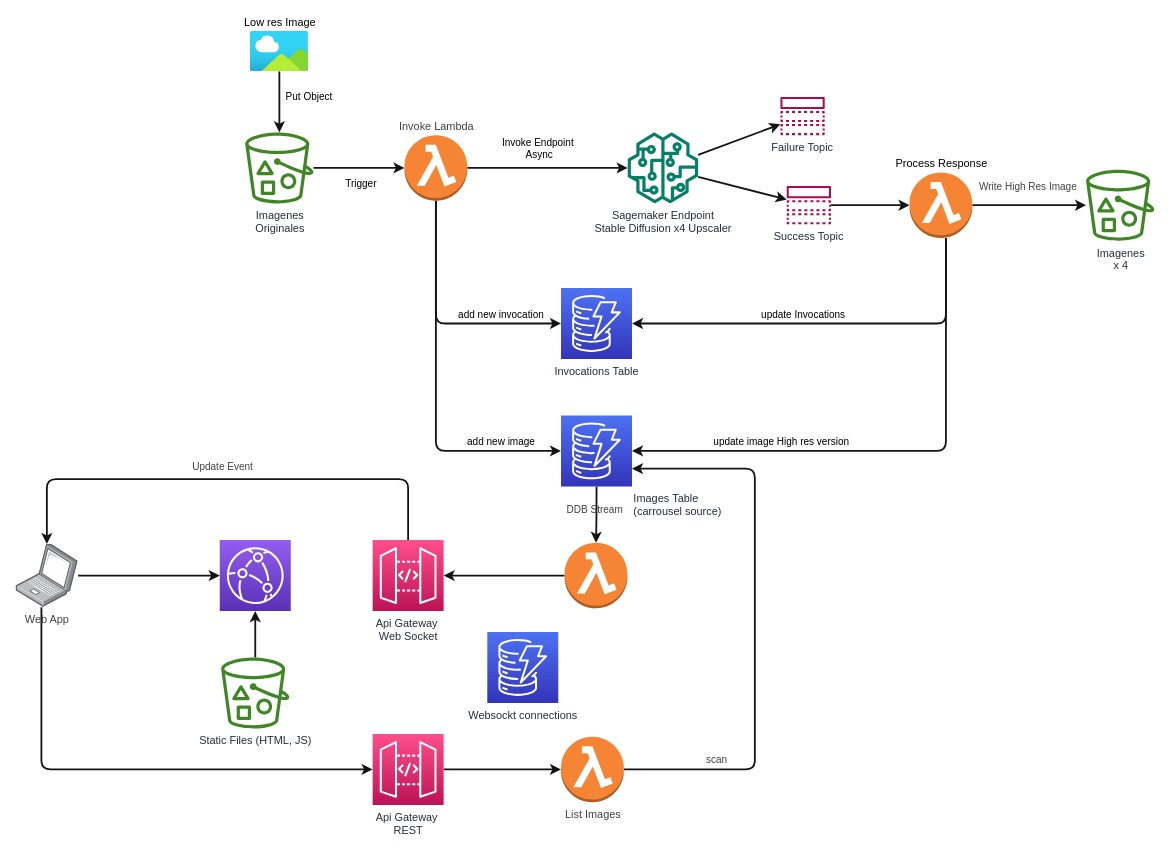
Before: diagrama.drawio in ensamblador/sagemaker-stable-difussionXL-demo, a draw.io diagram. Source tidied: cells renumbered, new cells numbered last; positions are measured from the earlier drawing's top-left corner, leaving out a move shared by most shapes. Both pictures are drawn from the tidied source at 91%, with x=0, y=0 at pixel (15, 31).
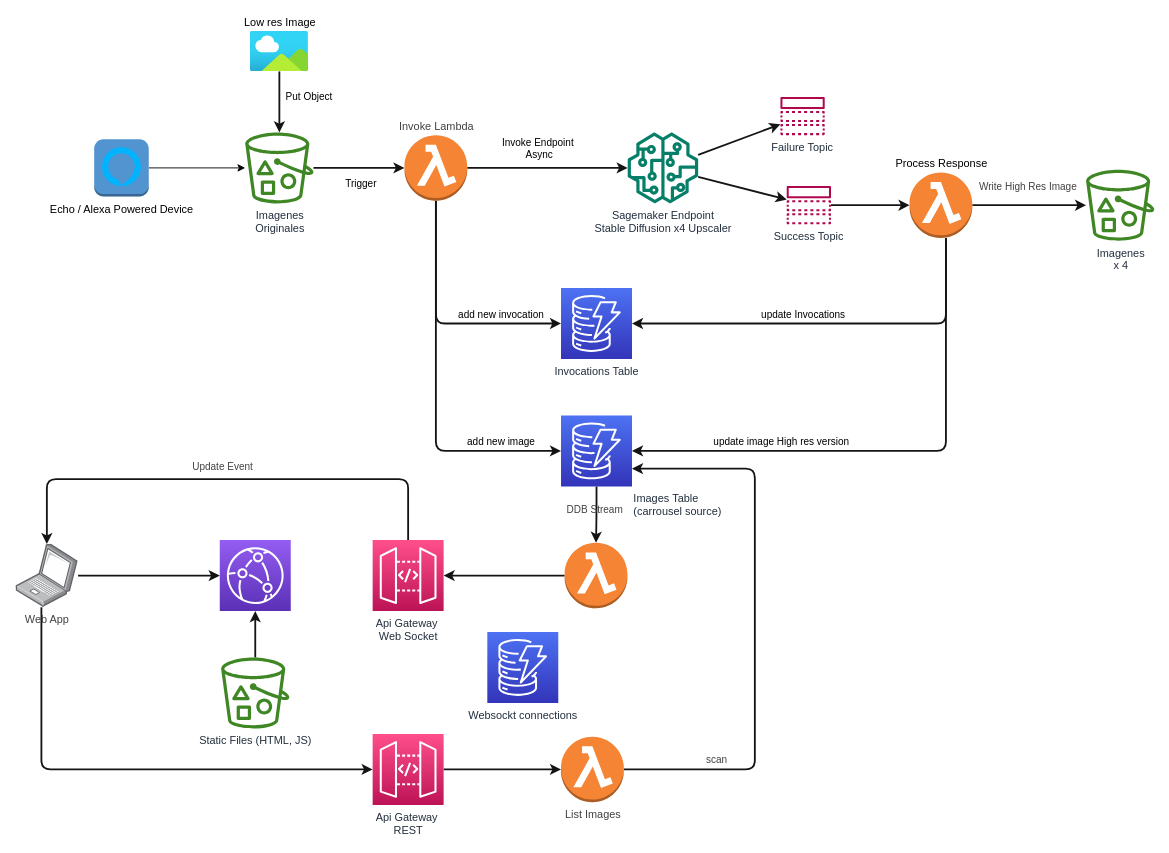
Above is the later version.

Unchanged cells that the change refers to:
```xml
<mxCell id="4" value="Imagenes&lt;br&gt;Originales" style="sketch=0;outlineConnect=0;fontColor=#232F3E;gradientColor=none;fillColor=#3F8624;strokeColor=none;dashed=0;verticalLabelPosition=bottom;verticalAlign=top;align=center;html=1;fontSize=12;fontStyle=0;shape=mxgraph.aws4.bucket_with_objects;" parent="1" vertex="1">
  <mxGeometry x="252" y="111" width="75" height="78" as="geometry" />
</mxCell>
```

The edit, as a diff of the source:
```diff
@@
+    <mxCell id="50" style="edgeStyle=orthogonalEdgeStyle;rounded=0;jettySize=auto;html=1;" parent="1" edge="1" source="51" target="4">
+      <mxGeometry relative="1" as="geometry" />
+    </mxCell>
+    <mxCell id="51" value="Echo / Alexa Powered Device" style="outlineConnect=0;dashed=0;verticalLabelPosition=bottom;verticalAlign=top;align=center;html=1;shape=mxgraph.aws3.alexa_voice_service;fillColor=#5294CF;gradientColor=none;" parent="1" vertex="1">
+      <mxGeometry x="86" y="118.5" width="60" height="63" as="geometry" />
+    </mxCell>
```
